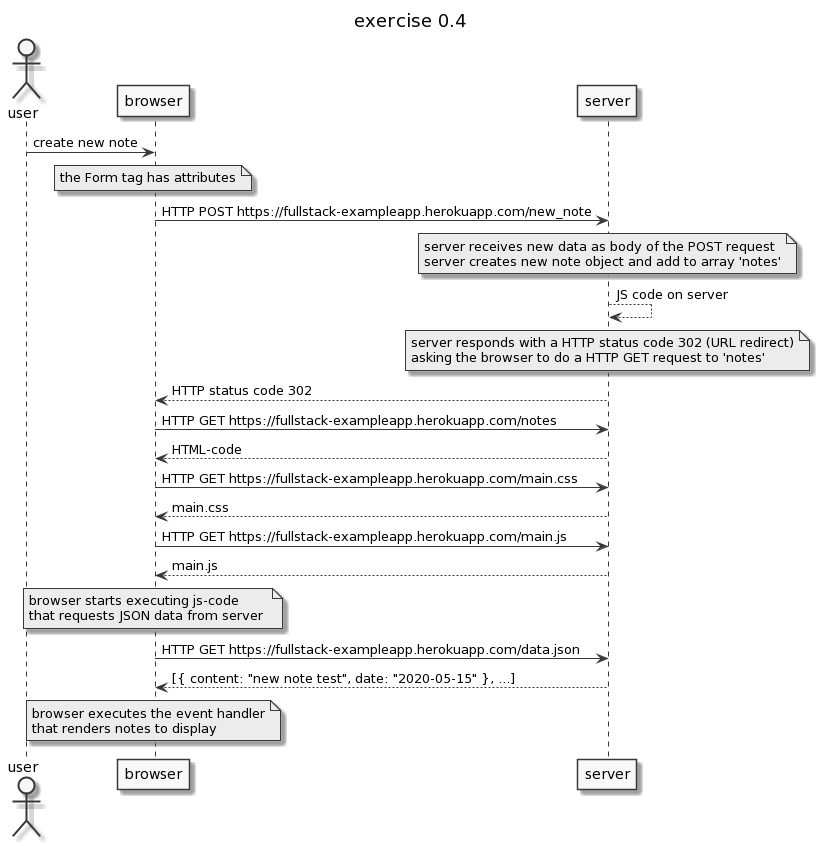
The PlantUML diagram part0/ex04.png in truonghm/fullstackopen-2020, before a commit.
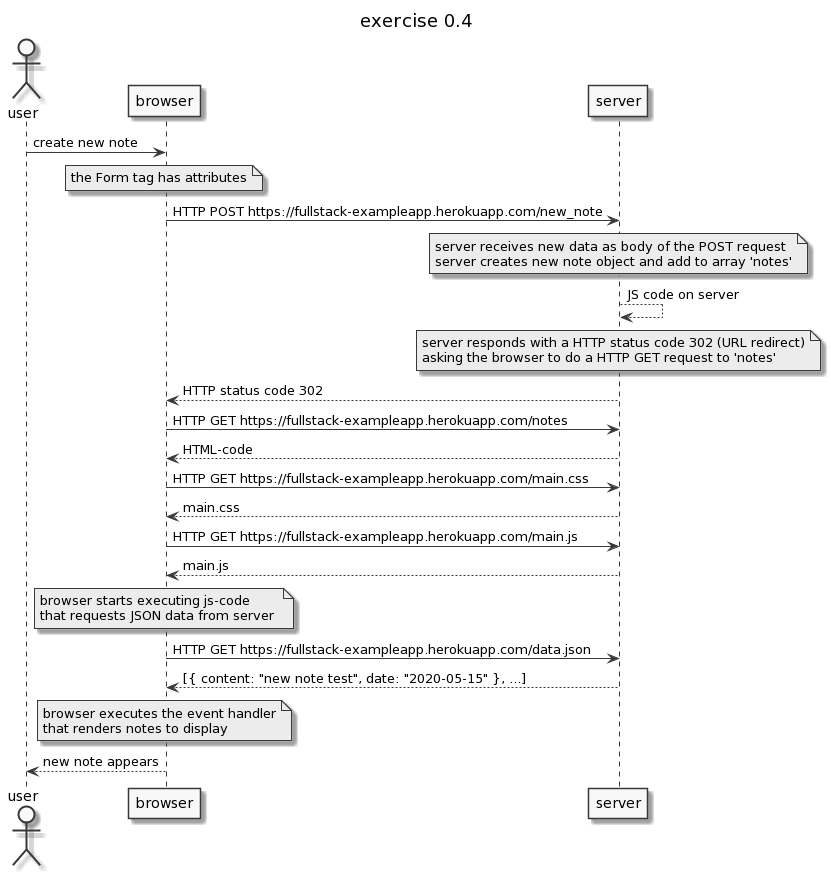
Above is the later version.

Diff of the diagram source:
```diff
@@ -46,4 +46,6 @@
 browser executes the event handler
 that renders notes to display
 end note
+
+browser-->user: new note appears
 @enduml
```
